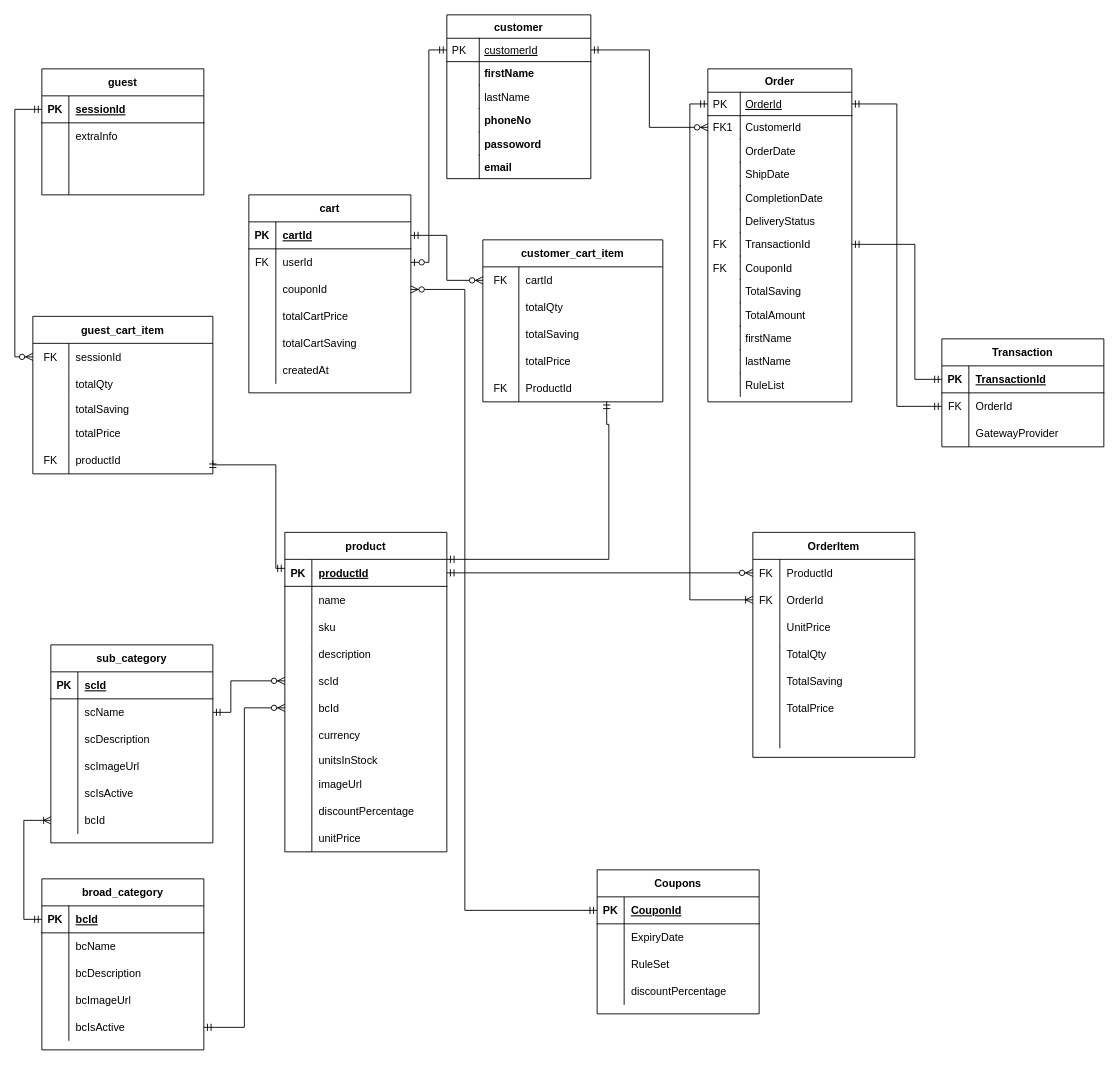
Earlier version of the draw.io diagram resources/e-food.drawio (shashankvivek/e-food-server). Source tidied: cells renumbered, new cells numbered last; positions are measured from the earlier drawing's top-left corner, leaving out a move shared by most shapes. Both pictures are drawn from the tidied source at 90%, with x=0, y=0 at pixel (32, 14).
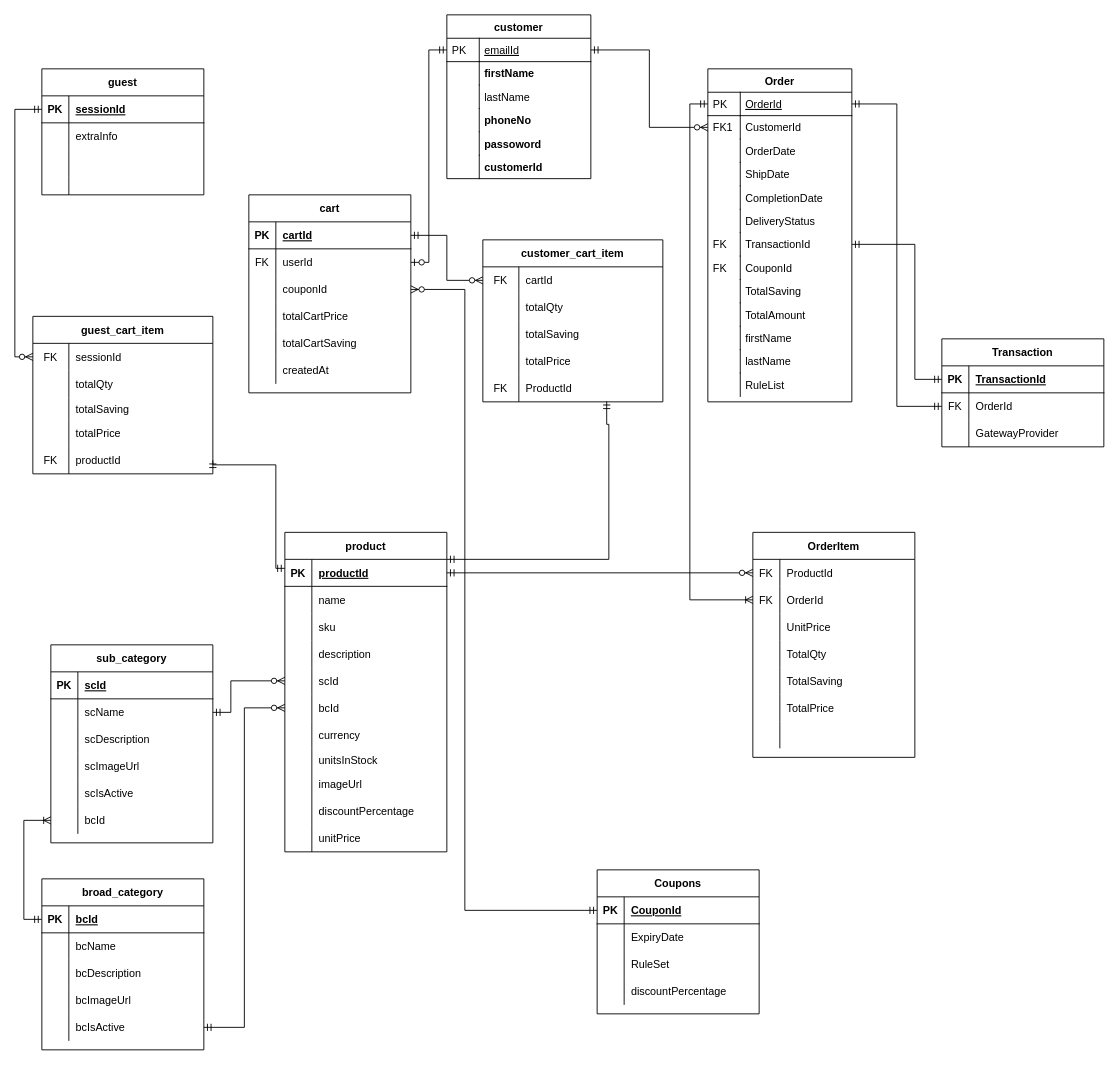
After the change.

Unchanged cells that the change refers to:
```xml
<mxCell id="96" value="customer" style="swimlane;fontStyle=1;horizontal=1;startSize=26;rounded=0;shadow=0;strokeWidth=1;" parent="1" vertex="1">
  <mxGeometry x="460" width="160" height="182" as="geometry" />
</mxCell>
```

Diff of the diagram source:
```diff
@@
-    <mxCell id="97" value="customerId" style="shape=partialRectangle;top=0;left=0;right=0;bottom=1;align=left;verticalAlign=top;fillColor=none;spacingLeft=40;spacingRight=4;overflow=hidden;points=[[0,0.5],[1,0.5]];portConstraint=eastwest;rounded=0;shadow=0;strokeWidth=1;fontStyle=4;" parent="96" vertex="1">
+    <mxCell id="97" value="emailId" style="shape=partialRectangle;top=0;left=0;right=0;bottom=1;align=left;verticalAlign=top;fillColor=none;spacingLeft=40;spacingRight=4;overflow=hidden;points=[[0,0.5],[1,0.5]];portConstraint=eastwest;rounded=0;shadow=0;strokeWidth=1;fontStyle=4;" parent="96" vertex="1">
       <mxGeometry y="26" width="160" height="26" as="geometry" />
     </mxCell>
@@
-    <mxCell id="107" value="email" style="shape=partialRectangle;top=0;left=0;right=0;bottom=0;align=left;verticalAlign=top;fillColor=none;spacingLeft=40;spacingRight=4;overflow=hidden;rounded=0;shadow=0;strokeWidth=1;fontStyle=1;" parent="96" vertex="1">
+    <mxCell id="107" value="customerId" style="shape=partialRectangle;top=0;left=0;right=0;bottom=0;align=left;verticalAlign=top;fillColor=none;spacingLeft=40;spacingRight=4;overflow=hidden;rounded=0;shadow=0;strokeWidth=1;fontStyle=1;" parent="96" vertex="1">
       <mxGeometry y="156" width="160" height="26" as="geometry" />
     </mxCell>
```
